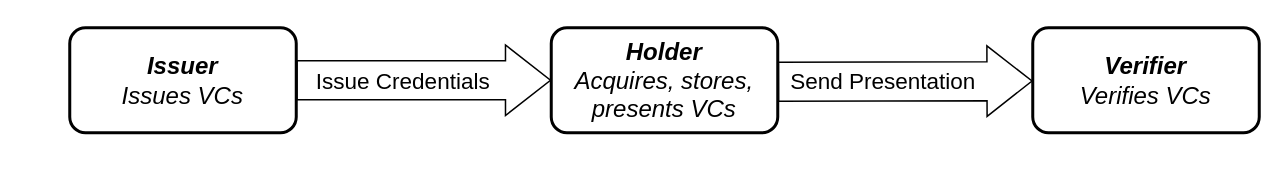
w3c/vc-overview keeps this draw.io diagram as diagrams/ecosystem.drawio. Above is the earlier version. Source tidied: cells renumbered, new cells numbered last; positions are measured from the earlier drawing's top-left corner, leaving out a move shared by most shapes. Both pictures are drawn from the tidied source at 150%, with x=0, y=0 at pixel (39, 27).
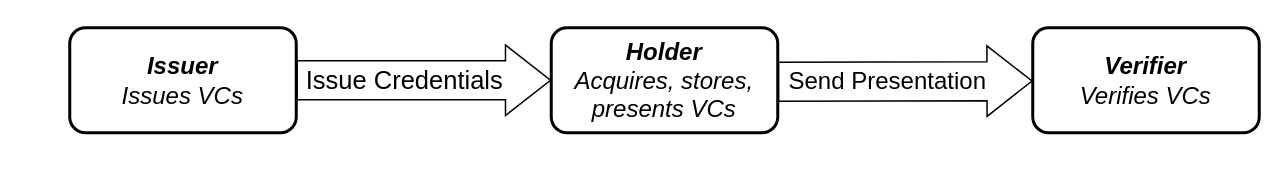
The same diagram, later.

Change to the diagram source:
```diff
@@
 <mxGraphModel>
   <root>
     <mxCell id="0" />
     <mxCell id="1" parent="0" />
     <mxCell id="2" style="edgeStyle=none;curved=1;rounded=0;orthogonalLoop=1;jettySize=auto;html=1;exitX=0;exitY=0.5;exitDx=0;exitDy=0;fontSize=12;startSize=8;endSize=8;" parent="1" edge="1">
       <mxGeometry relative="1" as="geometry">
         <mxPoint y="71" as="sourcePoint" />
         <mxPoint y="71" as="targetPoint" />
       </mxGeometry>
     </mxCell>
     <mxCell id="3" value="&lt;div&gt;&lt;font style=&quot;font-size: 16px;&quot;&gt;&lt;i&gt;&lt;b&gt;Holder&lt;/b&gt;&lt;/i&gt;&lt;/font&gt;&lt;/div&gt;&lt;div&gt;&lt;font style=&quot;font-size: 16px;&quot;&gt;&lt;i&gt;Acquires, stores, presents VCs&lt;/i&gt;&lt;/font&gt;&lt;/div&gt;" style="rounded=1;whiteSpace=wrap;html=1;fillColor=none;strokeWidth=2;" parent="1" vertex="1">
       <mxGeometry x="341" width="151" height="70" as="geometry" />
     </mxCell>
     <mxCell id="4" value="&lt;div&gt;&lt;span style=&quot;font-size: 16px;&quot;&gt;&lt;b&gt;&lt;i&gt;Verifier&lt;/i&gt;&lt;/b&gt;&lt;/span&gt;&lt;/div&gt;&lt;div&gt;&lt;font style=&quot;font-size: 16px;&quot;&gt;&lt;i&gt;Verifies VCs&lt;/i&gt;&lt;/font&gt;&lt;/div&gt;" style="rounded=1;whiteSpace=wrap;html=1;fillColor=none;strokeWidth=2;" parent="1" vertex="1">
       <mxGeometry x="662" width="151" height="70" as="geometry" />
     </mxCell>
     <mxCell id="5" value="&lt;div&gt;&lt;span style=&quot;font-size: 16px;&quot;&gt;&lt;b&gt;&lt;i&gt;Issuer&lt;/i&gt;&lt;/b&gt;&lt;/span&gt;&lt;/div&gt;&lt;div&gt;&lt;font style=&quot;font-size: 16px;&quot;&gt;&lt;i&gt;Issues VCs&lt;/i&gt;&lt;/font&gt;&lt;/div&gt;" style="rounded=1;whiteSpace=wrap;html=1;fillColor=none;strokeWidth=2;" parent="1" vertex="1">
       <mxGeometry x="20" width="151" height="70" as="geometry" />
     </mxCell>
     <mxCell id="6" style="shape=flexArrow;endArrow=classic;html=1;rounded=0;fontSize=12;startSize=8;endSize=9.67;curved=1;width=26;entryX=0;entryY=0.5;entryDx=0;entryDy=0;exitX=1;exitY=0.5;exitDx=0;exitDy=0;" parent="1" edge="1" source="5" target="3">
       <mxGeometry relative="1" as="geometry" />
     </mxCell>
-    <mxCell id="7" value="&lt;font style=&quot;font-size: 15px;&quot;&gt;Issue Credentials&lt;/font&gt;" style="edgeLabel;html=1;align=center;verticalAlign=middle;fontSize=12;" parent="6" vertex="1">
-      <mxGeometry x="-0.18" y="1" relative="1" as="geometry" />
+    <mxCell id="7" value="&lt;font style=&quot;font-size: 17px;&quot;&gt;Issue Credentials&lt;/font&gt;" style="edgeLabel;html=1;align=center;verticalAlign=middle;fontSize=12;labelBackgroundColor=none;" parent="6" vertex="1">
+      <mxGeometry x="-0.09" y="-1" relative="1" as="geometry">
+        <mxPoint x="-6" y="-1" as="offset" />
+      </mxGeometry>
     </mxCell>
     <mxCell id="8" style="shape=flexArrow;endArrow=classic;html=1;rounded=0;fontSize=12;startSize=8;endSize=9.67;curved=1;width=26;entryX=0;entryY=0.5;entryDx=0;entryDy=0;" parent="1" edge="1">
       <mxGeometry relative="1" as="geometry">
         <mxPoint x="492" y="36" as="sourcePoint" />
         <mxPoint x="662" y="35.5" as="targetPoint" />
       </mxGeometry>
     </mxCell>
-    <mxCell id="9" value="&lt;font style=&quot;font-size: 15px;&quot;&gt;Send Presentation&lt;/font&gt;" style="edgeLabel;html=1;align=center;verticalAlign=middle;fontSize=12;" parent="8" vertex="1">
-      <mxGeometry x="-0.18" y="1" relative="1" as="geometry" />
+    <mxCell id="9" value="Send Presentation" style="edgeLabel;html=1;align=center;verticalAlign=middle;fontSize=16;labelBackgroundColor=none;" parent="8" vertex="1">
+      <mxGeometry x="-0.12" y="-1" relative="1" as="geometry">
+        <mxPoint x="-3" y="-2" as="offset" />
+      </mxGeometry>
     </mxCell>
   </root>
 </mxGraphModel>
```
